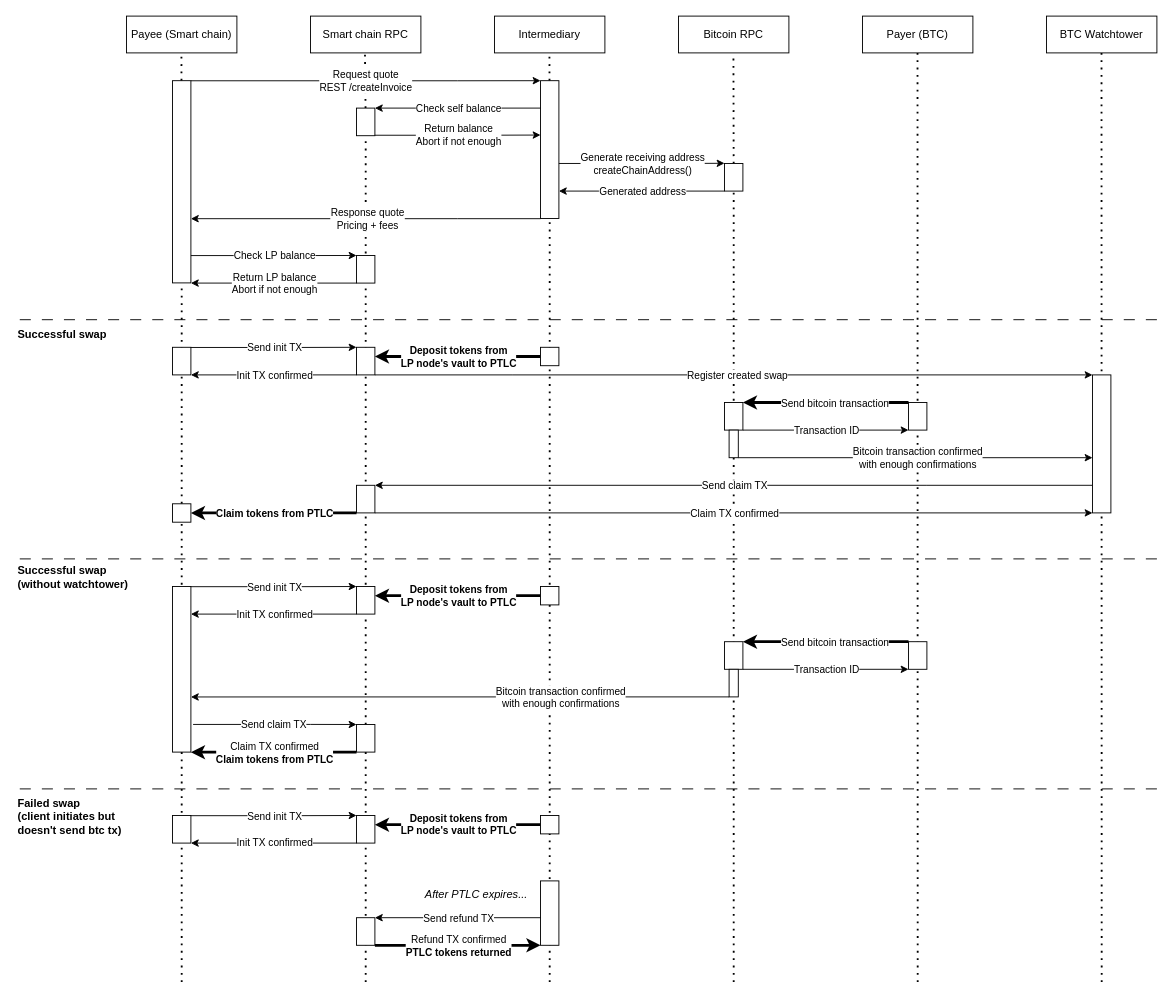
The draw.io diagram diagrams/frombtc-diagram.drawio in atomiqlabs/atomiq-docs, before the edit. Source tidied: cells renumbered, new cells numbered last; positions are measured from the earlier drawing's top-left corner, leaving out a move shared by most shapes. Both pictures are drawn from the tidied source at 92%, with x=0, y=0 at pixel (16, 16).
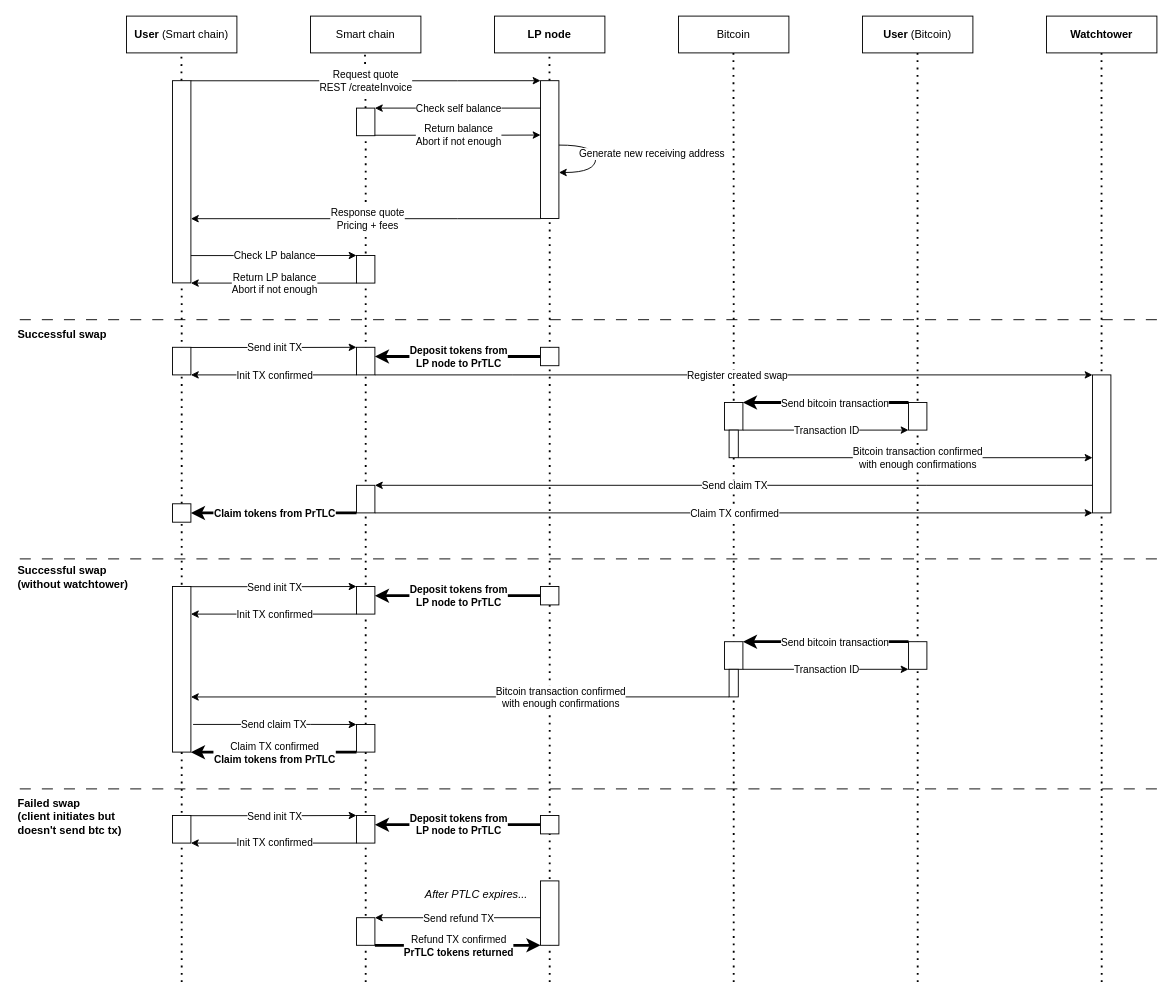
The same diagram, later.

Unchanged cells that the change refers to:
```xml
<mxCell id="47" style="edgeStyle=orthogonalEdgeStyle;rounded=0;orthogonalLoop=1;jettySize=auto;html=1;exitX=0;exitY=1;exitDx=0;exitDy=0;strokeWidth=3;" parent="1" edge="1">
  <mxGeometry relative="1" as="geometry">
    <mxPoint x="570" y="370" as="sourcePoint" />
    <mxPoint x="390" y="370" as="targetPoint" />
    <Array as="points">
      <mxPoint x="390" y="370" />
    </Array>
  </mxGeometry>
</mxCell>
<mxCell id="62" style="rounded=0;whiteSpace=wrap;html=1;" parent="1" vertex="1">
  <mxGeometry x="775" y="450" width="10" height="30" as="geometry" />
</mxCell>
<mxCell id="69" style="edgeStyle=orthogonalEdgeStyle;rounded=0;orthogonalLoop=1;jettySize=auto;html=1;exitX=0;exitY=1;exitDx=0;exitDy=0;strokeWidth=3;" parent="1" edge="1">
  <mxGeometry relative="1" as="geometry">
    <mxPoint x="370" y="540.1" as="sourcePoint" />
    <mxPoint x="190" y="540.1" as="targetPoint" />
    <Array as="points">
      <mxPoint x="190" y="540.1" />
    </Array>
  </mxGeometry>
</mxCell>
<mxCell id="79" style="edgeStyle=orthogonalEdgeStyle;rounded=0;orthogonalLoop=1;jettySize=auto;html=1;exitX=0;exitY=1;exitDx=0;exitDy=0;strokeWidth=3;" parent="1" edge="1">
  <mxGeometry relative="1" as="geometry">
    <mxPoint x="570" y="630" as="sourcePoint" />
    <mxPoint x="390" y="630" as="targetPoint" />
    <Array as="points">
      <mxPoint x="390" y="630" />
    </Array>
  </mxGeometry>
</mxCell>
<mxCell id="94" style="edgeStyle=orthogonalEdgeStyle;rounded=0;orthogonalLoop=1;jettySize=auto;html=1;exitX=0;exitY=1;exitDx=0;exitDy=0;strokeWidth=3;" parent="1" edge="1">
  <mxGeometry relative="1" as="geometry">
    <mxPoint x="370" y="800.1" as="sourcePoint" />
    <mxPoint x="190" y="800.1" as="targetPoint" />
    <Array as="points">
      <mxPoint x="190" y="800.1" />
    </Array>
  </mxGeometry>
</mxCell>
<mxCell id="104" style="edgeStyle=orthogonalEdgeStyle;rounded=0;orthogonalLoop=1;jettySize=auto;html=1;exitX=0;exitY=1;exitDx=0;exitDy=0;strokeWidth=3;" parent="1" edge="1">
  <mxGeometry relative="1" as="geometry">
    <mxPoint x="570" y="878.9" as="sourcePoint" />
    <mxPoint x="390" y="878.9" as="targetPoint" />
    <Array as="points">
      <mxPoint x="390" y="878.9" />
    </Array>
  </mxGeometry>
</mxCell>
<mxCell id="112" style="edgeStyle=orthogonalEdgeStyle;rounded=0;orthogonalLoop=1;jettySize=auto;html=1;exitX=1;exitY=0;exitDx=0;exitDy=0;entryX=0;entryY=0;entryDx=0;entryDy=0;strokeWidth=3;" parent="1" edge="1">
  <mxGeometry relative="1" as="geometry">
    <mxPoint x="390" y="1010.2" as="sourcePoint" />
    <mxPoint x="570" y="1010" as="targetPoint" />
    <Array as="points">
      <mxPoint x="500" y="1010" />
    </Array>
  </mxGeometry>
</mxCell>
```

Change to the diagram source:
```diff
@@
-    <mxCell id="2" value="Payee (Smart chain)" style="rounded=0;whiteSpace=wrap;html=1;" parent="1" vertex="1">
+    <mxCell id="2" value="&lt;b&gt;User &lt;/b&gt;(Smart chain)" style="rounded=0;whiteSpace=wrap;html=1;" parent="1" vertex="1">
       <mxGeometry x="120" width="120" height="40" as="geometry" />
     </mxCell>
-    <mxCell id="3" value="Intermediary" style="rounded=0;whiteSpace=wrap;html=1;" parent="1" vertex="1">
+    <mxCell id="3" value="&lt;b&gt;LP node&lt;/b&gt;" style="rounded=0;whiteSpace=wrap;html=1;" parent="1" vertex="1">
       <mxGeometry x="520" width="120" height="40" as="geometry" />
     </mxCell>
-    <mxCell id="4" value="Payer (BTC)" style="rounded=0;whiteSpace=wrap;html=1;" parent="1" vertex="1">
+    <mxCell id="4" value="&lt;b&gt;User &lt;/b&gt;(Bitcoin)" style="rounded=0;whiteSpace=wrap;html=1;" parent="1" vertex="1">
       <mxGeometry x="920" width="120" height="40" as="geometry" />
     </mxCell>
-    <mxCell id="5" value="Smart chain RPC" style="rounded=0;whiteSpace=wrap;html=1;" parent="1" vertex="1">
+    <mxCell id="5" value="Smart chain" style="rounded=0;whiteSpace=wrap;html=1;" parent="1" vertex="1">
       <mxGeometry x="320" width="120" height="40" as="geometry" />
     </mxCell>
@@
-    <mxCell id="7" value="Bitcoin RPC" style="rounded=0;whiteSpace=wrap;html=1;" parent="1" vertex="1">
+    <mxCell id="7" value="Bitcoin" style="rounded=0;whiteSpace=wrap;html=1;" parent="1" vertex="1">
       <mxGeometry x="720" width="120" height="40" as="geometry" />
     </mxCell>
@@
-    <mxCell id="10" style="endArrow=none;dashed=1;html=1;dashPattern=1 3;strokeWidth=2;rounded=0;entryX=0.5;entryY=1;entryDx=0;entryDy=0;startArrow=none;" parent="1" edge="1" source="34">
+    <mxCell id="10" style="endArrow=none;dashed=1;html=1;dashPattern=1 3;strokeWidth=2;rounded=0;entryX=0.5;entryY=1;entryDx=0;entryDy=0;startArrow=none;" parent="1" edge="1">
       <mxGeometry relative="1" as="geometry">
+        <mxPoint x="780" y="210" as="sourcePoint" />
         <mxPoint x="779.7" y="40" as="targetPoint" />
       </mxGeometry>
     </mxCell>
@@
-    <mxCell id="31" style="edgeStyle=orthogonalEdgeStyle;rounded=0;orthogonalLoop=1;jettySize=auto;html=1;exitX=1;exitY=0;exitDx=0;exitDy=0;entryX=0;entryY=0;entryDx=0;entryDy=0;" parent="1" edge="1">
-      <mxGeometry relative="1" as="geometry">
-        <mxPoint x="590" y="160.2" as="sourcePoint" />
-        <mxPoint x="770" y="160" as="targetPoint" />
-        <Array as="points">
-          <mxPoint x="700" y="160" />
-        </Array>
-      </mxGeometry>
-    </mxCell>
-    <mxCell id="32" value="Generate receiving address&lt;br&gt;createChainAddress()" style="edgeLabel;html=1;align=center;verticalAlign=middle;" parent="31" vertex="1">
-      <mxGeometry x="-0.11" y="-2" relative="1" as="geometry">
-        <mxPoint x="10" y="-2" as="offset" />
-      </mxGeometry>
-    </mxCell>
-    <mxCell id="33" style="endArrow=none;dashed=1;html=1;dashPattern=1 3;strokeWidth=2;rounded=0;entryX=0.5;entryY=1;entryDx=0;entryDy=0;startArrow=none;" parent="1" edge="1" source="62" target="34">
-      <mxGeometry relative="1" as="geometry" />
+    <mxCell id="33" style="endArrow=none;dashed=1;html=1;dashPattern=1 3;strokeWidth=2;rounded=0;startArrow=none;" parent="1" edge="1" source="62">
+      <mxGeometry relative="1" as="geometry">
+        <mxPoint x="780" y="210" as="targetPoint" />
+      </mxGeometry>
     </mxCell>
-    <mxCell id="34" style="rounded=0;whiteSpace=wrap;html=1;" parent="1" vertex="1">
-      <mxGeometry x="770" y="160.2" width="20" height="30" as="geometry" />
-    </mxCell>
-    <mxCell id="35" style="edgeStyle=orthogonalEdgeStyle;rounded=0;orthogonalLoop=1;jettySize=auto;html=1;exitX=0;exitY=1;exitDx=0;exitDy=0;" parent="1" edge="1">
-      <mxGeometry relative="1" as="geometry">
-        <mxPoint x="770" y="190.2" as="sourcePoint" />
-        <mxPoint x="590" y="190.2" as="targetPoint" />
-        <Array as="points">
-          <mxPoint x="590" y="190.2" />
-        </Array>
-      </mxGeometry>
-    </mxCell>
-    <mxCell id="36" value="Generated address" style="edgeLabel;html=1;align=center;verticalAlign=middle;" parent="35" vertex="1">
-      <mxGeometry x="-0.09" y="-1" relative="1" as="geometry">
-        <mxPoint x="-8" y="1" as="offset" />
-      </mxGeometry>
-    </mxCell>
@@
-    <mxCell id="48" value="&lt;b&gt;Deposit tokens from&lt;br&gt;LP node's vault to PTLC&lt;/b&gt;" style="edgeLabel;html=1;align=center;verticalAlign=middle;" parent="47" vertex="1">
+    <mxCell id="48" value="&lt;b&gt;Deposit tokens from&lt;br&gt;LP node to PrTLC&lt;/b&gt;" style="edgeLabel;html=1;align=center;verticalAlign=middle;" parent="47" vertex="1">
       <mxGeometry x="-0.09" y="-1" relative="1" as="geometry">
         <mxPoint x="-8" y="1" as="offset" />
       </mxGeometry>
     </mxCell>
@@
-    <mxCell id="50" value="BTC Watchtower" style="rounded=0;whiteSpace=wrap;html=1;" parent="1" vertex="1">
+    <mxCell id="50" value="&lt;b&gt;Watchtower&lt;/b&gt;" style="rounded=0;whiteSpace=wrap;html=1;" parent="1" vertex="1">
       <mxGeometry x="1120" width="120" height="40" as="geometry" />
     </mxCell>
@@
-    <mxCell id="70" value="&lt;b&gt;Claim tokens from PTLC&lt;/b&gt;" style="edgeLabel;html=1;align=center;verticalAlign=middle;" parent="69" vertex="1">
+    <mxCell id="70" value="&lt;b&gt;Claim tokens from PrTLC&lt;/b&gt;" style="edgeLabel;html=1;align=center;verticalAlign=middle;" parent="69" vertex="1">
       <mxGeometry x="-0.09" y="-1" relative="1" as="geometry">
         <mxPoint x="-8" y="1" as="offset" />
       </mxGeometry>
     </mxCell>
@@
-    <mxCell id="80" value="&lt;b&gt;Deposit tokens from&lt;br&gt;LP node's vault to PTLC&lt;/b&gt;" style="edgeLabel;html=1;align=center;verticalAlign=middle;" parent="79" vertex="1">
+    <mxCell id="80" value="&lt;b&gt;Deposit tokens from&lt;br&gt;LP node to PrTLC&lt;/b&gt;" style="edgeLabel;html=1;align=center;verticalAlign=middle;" parent="79" vertex="1">
       <mxGeometry x="-0.09" y="-1" relative="1" as="geometry">
         <mxPoint x="-8" y="1" as="offset" />
       </mxGeometry>
     </mxCell>
@@
-    <mxCell id="95" value="Claim TX confirmed&lt;br&gt;&lt;b&gt;Claim tokens from PTLC&lt;/b&gt;" style="edgeLabel;html=1;align=center;verticalAlign=middle;" parent="94" vertex="1">
+    <mxCell id="95" value="Claim TX confirmed&lt;br&gt;&lt;b&gt;Claim tokens from PrTLC&lt;/b&gt;" style="edgeLabel;html=1;align=center;verticalAlign=middle;" parent="94" vertex="1">
       <mxGeometry x="-0.09" y="-1" relative="1" as="geometry">
         <mxPoint x="-8" y="1" as="offset" />
       </mxGeometry>
     </mxCell>
@@
-    <mxCell id="105" value="&lt;b&gt;Deposit tokens from&lt;br&gt;LP node's vault to PTLC&lt;/b&gt;" style="edgeLabel;html=1;align=center;verticalAlign=middle;" parent="104" vertex="1">
+    <mxCell id="105" value="&lt;b&gt;Deposit tokens from&lt;br&gt;LP node to PrTLC&lt;/b&gt;" style="edgeLabel;html=1;align=center;verticalAlign=middle;" parent="104" vertex="1">
       <mxGeometry x="-0.09" y="-1" relative="1" as="geometry">
         <mxPoint x="-8" y="1" as="offset" />
       </mxGeometry>
     </mxCell>
@@
-    <mxCell id="113" value="Refund TX confirmed&lt;br&gt;&lt;b&gt;PTLC tokens returned&lt;/b&gt;" style="edgeLabel;html=1;align=center;verticalAlign=middle;" parent="112" vertex="1">
+    <mxCell id="113" value="Refund TX confirmed&lt;br&gt;&lt;b&gt;PrTLC tokens returned&lt;/b&gt;" style="edgeLabel;html=1;align=center;verticalAlign=middle;" parent="112" vertex="1">
       <mxGeometry x="-0.11" y="-2" relative="1" as="geometry">
         <mxPoint x="10" y="-2" as="offset" />
       </mxGeometry>
     </mxCell>
+    <mxCell id="114" style="curved=1;endArrow=classic;html=1;rounded=0;" parent="1" edge="1">
+      <mxGeometry relative="1" as="geometry">
+        <mxPoint x="590" y="140.2" as="sourcePoint" />
+        <mxPoint x="590" y="170" as="targetPoint" />
+        <Array as="points">
+          <mxPoint x="630" y="140" />
+          <mxPoint x="630" y="170" />
+        </Array>
+      </mxGeometry>
+    </mxCell>
+    <mxCell id="115" value="Generate new receiving address" style="edgeLabel;html=1;align=center;verticalAlign=middle;" parent="114" vertex="1">
+      <mxGeometry x="-0.1" y="-3" relative="1" as="geometry">
+        <mxPoint x="63" as="offset" />
+      </mxGeometry>
+    </mxCell>
```
